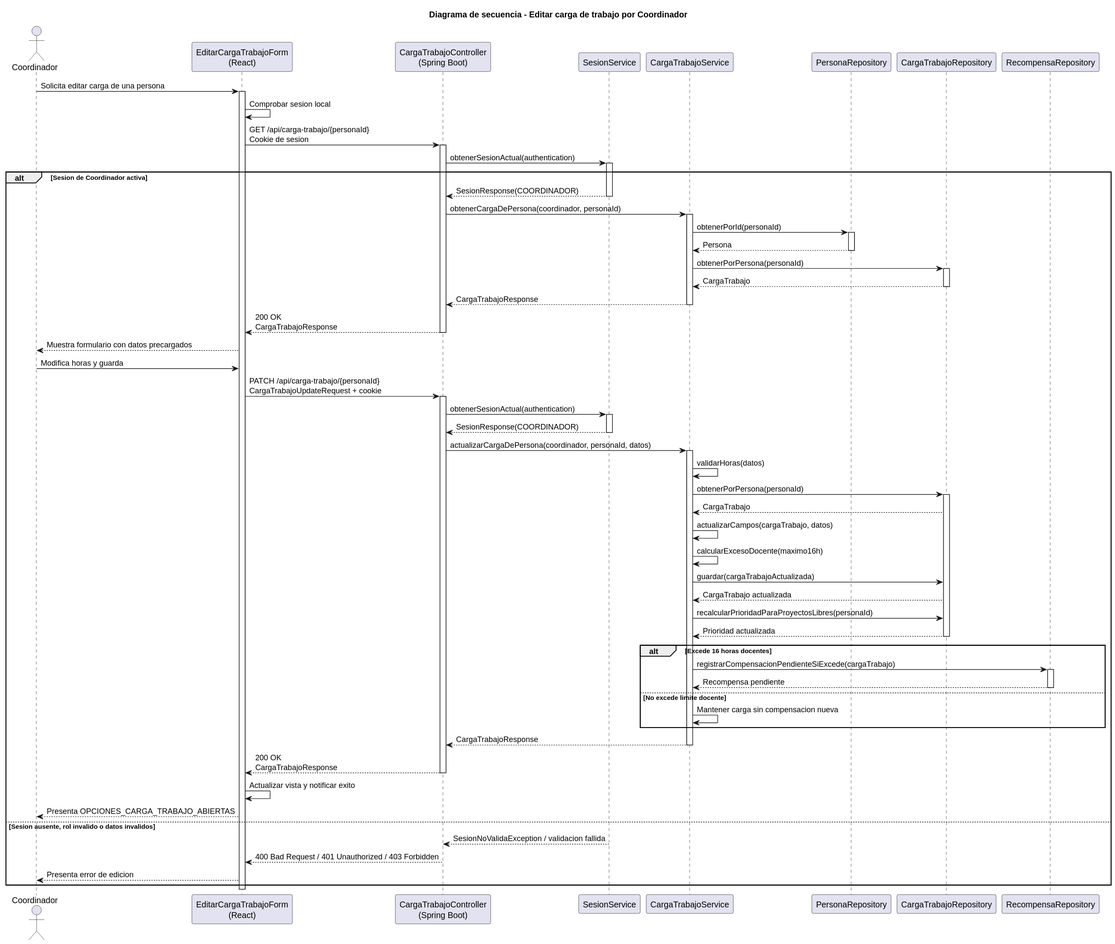
The PlantUML diagram images/RUP/02-diseño/casos-uso/coordinador/editarCargaTrabajo/secuencia.svg in beatriizorozco/25-26-idsw2-sdVC, before a commit. Source of this version:
```plantuml
@startuml
title Diagrama de secuencia - Editar carga de trabajo por Coordinador

actor Coordinador
participant "EditarCargaTrabajoForm\n(React)" as Frontend
participant "CargaTrabajoController\n(Spring Boot)" as Api
participant "SesionService" as Sesion
participant "CargaTrabajoService" as Service
participant "PersonaRepository" as PersonaRepo
participant "CargaTrabajoRepository" as CargaRepo
participant "RecompensaRepository" as RecompensaRepo

Coordinador -> Frontend: Solicita editar carga de una persona
activate Frontend
Frontend -> Frontend: Comprobar sesion local
Frontend -> Api: GET /api/carga-trabajo/{personaId}\nCookie de sesion
activate Api
Api -> Sesion: obtenerSesionActual(authentication)
activate Sesion
alt Sesion de Coordinador activa
    Sesion --> Api: SesionResponse(COORDINADOR)
    deactivate Sesion
    Api -> Service: obtenerCargaDePersona(coordinador, personaId)
    activate Service
    Service -> PersonaRepo: obtenerPorId(personaId)
    activate PersonaRepo
    PersonaRepo --> Service: Persona
    deactivate PersonaRepo
    Service -> CargaRepo: obtenerPorPersona(personaId)
    activate CargaRepo
    CargaRepo --> Service: CargaTrabajo
    deactivate CargaRepo
    Service --> Api: CargaTrabajoResponse
    deactivate Service
    Api --> Frontend: 200 OK\nCargaTrabajoResponse
    deactivate Api
    Frontend --> Coordinador: Muestra formulario con datos precargados
    Coordinador -> Frontend: Modifica horas y guarda
    Frontend -> Api: PATCH /api/carga-trabajo/{personaId}\nCargaTrabajoUpdateRequest + cookie
    activate Api
    Api -> Sesion: obtenerSesionActual(authentication)
    activate Sesion
    Sesion --> Api: SesionResponse(COORDINADOR)
    deactivate Sesion
    Api -> Service: actualizarCargaDePersona(coordinador, personaId, datos)
    activate Service
    Service -> Service: validarHoras(datos)
    Service -> CargaRepo: obtenerPorPersona(personaId)
    activate CargaRepo
    CargaRepo --> Service: CargaTrabajo
    Service -> Service: actualizarCampos(cargaTrabajo, datos)
    Service -> Service: calcularExcesoDocente(maximo16h)
    Service -> CargaRepo: guardar(cargaTrabajoActualizada)
    CargaRepo --> Service: CargaTrabajo actualizada
    Service -> CargaRepo: recalcularPrioridadParaProyectosLibres(personaId)
    CargaRepo --> Service: Prioridad actualizada
    deactivate CargaRepo
    alt Excede 16 horas docentes
        Service -> RecompensaRepo: registrarCompensacionPendienteSiExcede(cargaTrabajo)
        activate RecompensaRepo
        RecompensaRepo --> Service: Recompensa pendiente
        deactivate RecompensaRepo
    else No excede limite docente
        Service -> Service: Mantener carga sin compensacion nueva
    end
    Service --> Api: CargaTrabajoResponse
    deactivate Service
    Api --> Frontend: 200 OK\nCargaTrabajoResponse
    deactivate Api
    Frontend -> Frontend: Actualizar vista y notificar exito
    Frontend --> Coordinador: Presenta OPCIONES_CARGA_TRABAJO_ABIERTAS
else Sesion ausente, rol invalido o datos invalidos
    Sesion --> Api: SesionNoValidaException / validacion fallida
    deactivate Sesion
    Api --> Frontend: 400 Bad Request / 401 Unauthorized / 403 Forbidden
    deactivate Api
    Frontend --> Coordinador: Presenta error de edicion
end
deactivate Frontend
@enduml
```
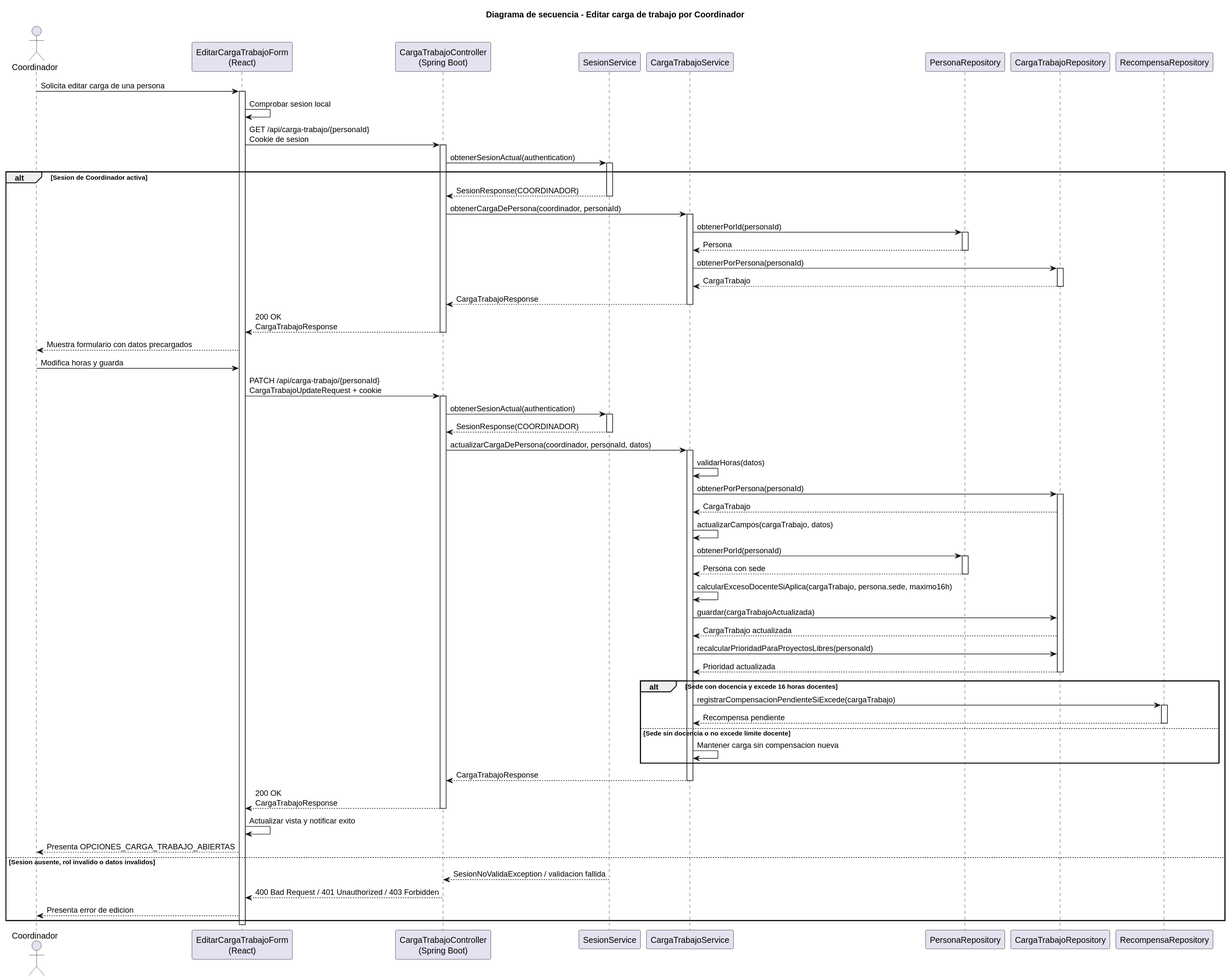
After the change.

Diff of the diagram source:
```diff
@@ -49,18 +49,22 @@
     activate CargaRepo
     CargaRepo --> Service: CargaTrabajo
     Service -> Service: actualizarCampos(cargaTrabajo, datos)
-    Service -> Service: calcularExcesoDocente(maximo16h)
+    Service -> PersonaRepo: obtenerPorId(personaId)
+    activate PersonaRepo
+    PersonaRepo --> Service: Persona con sede
+    deactivate PersonaRepo
+    Service -> Service: calcularExcesoDocenteSiAplica(cargaTrabajo, persona.sede, maximo16h)
     Service -> CargaRepo: guardar(cargaTrabajoActualizada)
     CargaRepo --> Service: CargaTrabajo actualizada
     Service -> CargaRepo: recalcularPrioridadParaProyectosLibres(personaId)
     CargaRepo --> Service: Prioridad actualizada
     deactivate CargaRepo
-    alt Excede 16 horas docentes
+    alt Sede con docencia y excede 16 horas docentes
         Service -> RecompensaRepo: registrarCompensacionPendienteSiExcede(cargaTrabajo)
         activate RecompensaRepo
         RecompensaRepo --> Service: Recompensa pendiente
         deactivate RecompensaRepo
-    else No excede limite docente
+    else Sede sin docencia o no excede limite docente
         Service -> Service: Mantener carga sin compensacion nueva
     end
     Service --> Api: CargaTrabajoResponse
```
